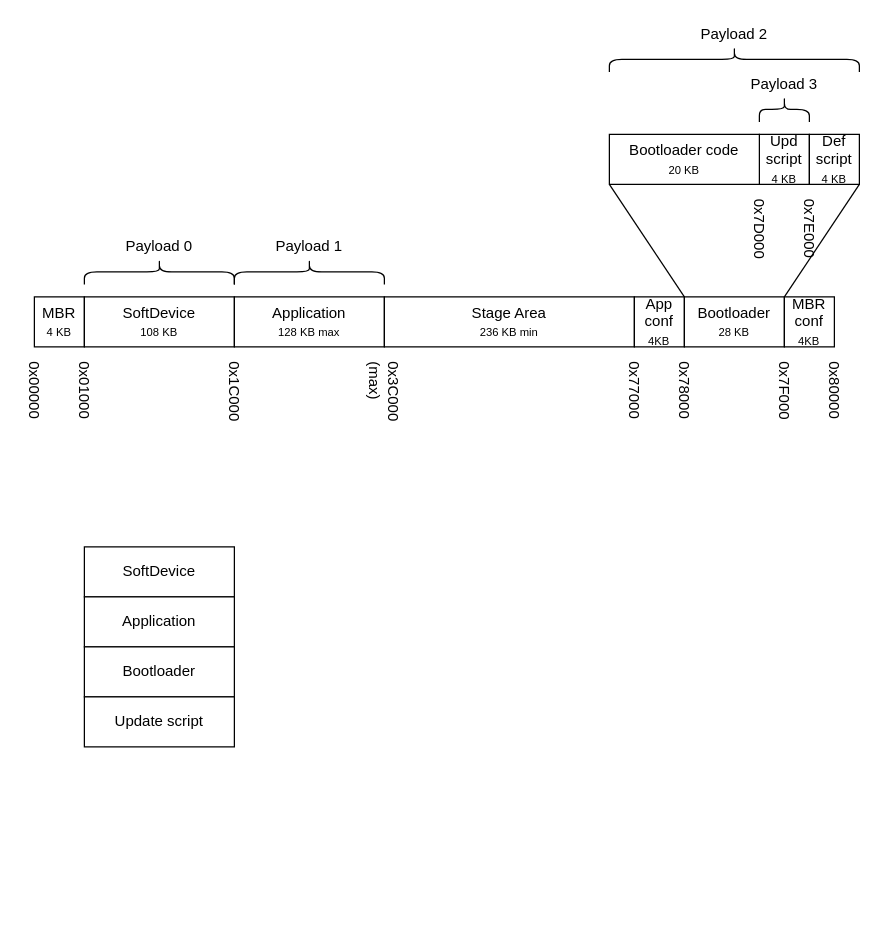
Before: Untitled Diagram.drawio in doki-nordic/draw.io, a draw.io diagram. Source tidied: cells renumbered, new cells numbered last; positions are measured from the earlier drawing's top-left corner, leaving out a move shared by most shapes. Both pictures are drawn from the tidied source at 125%, with x=0, y=0 at pixel (-4, -66).
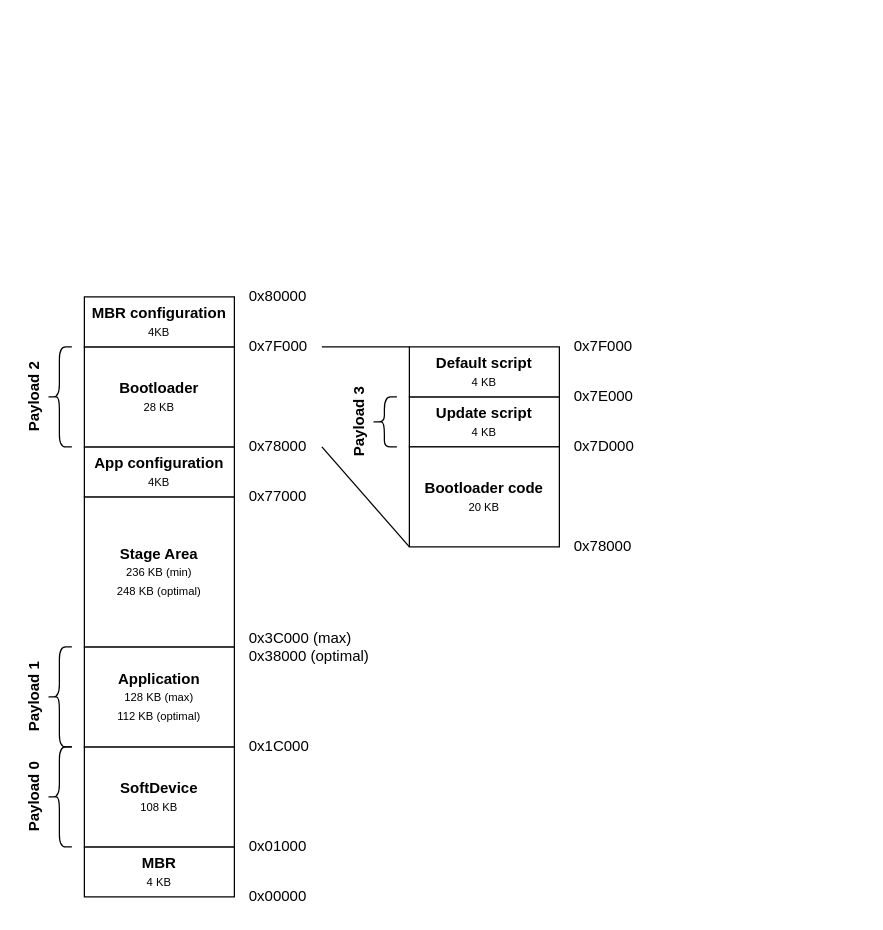
Above is the later version.

Change to the diagram source:
```diff
@@
-    <mxCell id="2" value="MBR&lt;br&gt;&lt;font style=&quot;font-size: 9px&quot;&gt;4 KB&lt;/font&gt;" style="rounded=0;whiteSpace=wrap;html=1;" parent="1" vertex="1">
-      <mxGeometry x="30" y="290" width="40" height="40" as="geometry" />
+    <mxCell id="2" value="&lt;b&gt;MBR&lt;/b&gt;&lt;br&gt;&lt;font style=&quot;font-size: 9px&quot;&gt;4 KB&lt;/font&gt;" style="rounded=0;whiteSpace=wrap;html=1;strokeWidth=1;perimeterSpacing=0;" parent="1" vertex="1">
+      <mxGeometry x="70" y="730" width="120" height="40" as="geometry" />
     </mxCell>
-    <mxCell id="3" value="SoftDevice&lt;br&gt;&lt;font style=&quot;font-size: 9px&quot;&gt;108 KB&lt;/font&gt;" style="rounded=0;whiteSpace=wrap;html=1;" parent="1" vertex="1">
-      <mxGeometry x="70" y="290" width="120" height="40" as="geometry" />
+    <mxCell id="3" value="&lt;b&gt;SoftDevice&lt;/b&gt;&lt;br&gt;&lt;font style=&quot;font-size: 9px&quot;&gt;108 KB&lt;/font&gt;" style="rounded=0;whiteSpace=wrap;html=1;strokeWidth=1;perimeterSpacing=0;" parent="1" vertex="1">
+      <mxGeometry x="70" y="650" width="120" height="80" as="geometry" />
     </mxCell>
-    <mxCell id="4" value="Application&lt;br&gt;&lt;font style=&quot;font-size: 9px&quot;&gt;128 KB max&lt;/font&gt;" style="rounded=0;whiteSpace=wrap;html=1;" parent="1" vertex="1">
-      <mxGeometry x="190" y="290" width="120" height="40" as="geometry" />
+    <mxCell id="4" value="&lt;b&gt;Application&lt;/b&gt;&lt;br&gt;&lt;font style=&quot;font-size: 9px&quot;&gt;128 KB (max)&lt;br&gt;112 KB (optimal)&lt;br&gt;&lt;/font&gt;" style="rounded=0;whiteSpace=wrap;html=1;strokeWidth=1;perimeterSpacing=0;" parent="1" vertex="1">
+      <mxGeometry x="70" y="570" width="120" height="80" as="geometry" />
     </mxCell>
-    <mxCell id="5" value="Stage Area&lt;br&gt;&lt;div&gt;&lt;font style=&quot;font-size: 9px&quot;&gt;236 KB min&lt;/font&gt;&lt;/div&gt;" style="rounded=0;whiteSpace=wrap;html=1;" parent="1" vertex="1">
-      <mxGeometry x="310" y="290" width="200" height="40" as="geometry" />
+    <mxCell id="5" value="&lt;b&gt;Stage Area&lt;br&gt;&lt;/b&gt;&lt;div&gt;&lt;font style=&quot;font-size: 9px&quot;&gt;236 KB (min)&lt;/font&gt;&lt;/div&gt;&lt;div&gt;&lt;font style=&quot;font-size: 9px&quot;&gt;248 KB (optimal)&lt;/font&gt;&lt;/div&gt;" style="rounded=0;whiteSpace=wrap;html=1;strokeWidth=1;perimeterSpacing=0;" parent="1" vertex="1">
+      <mxGeometry x="70" y="450" width="120" height="120" as="geometry" />
     </mxCell>
-    <mxCell id="6" value="App&lt;br&gt;conf&lt;br&gt;&lt;font style=&quot;font-size: 9px&quot;&gt;4KB&lt;/font&gt;" style="rounded=0;whiteSpace=wrap;html=1;" parent="1" vertex="1">
-      <mxGeometry x="510" y="290" width="40" height="40" as="geometry" />
+    <mxCell id="6" value="&lt;b&gt;App configuration&lt;br&gt;&lt;/b&gt;&lt;font style=&quot;font-size: 9px&quot;&gt;4KB&lt;/font&gt;" style="rounded=0;whiteSpace=wrap;html=1;strokeWidth=1;perimeterSpacing=0;" parent="1" vertex="1">
+      <mxGeometry x="70" y="410" width="120" height="40" as="geometry" />
     </mxCell>
-    <mxCell id="7" value="Bootloader&lt;br&gt;&lt;font style=&quot;font-size: 9px&quot;&gt;28 KB&lt;/font&gt;" style="rounded=0;whiteSpace=wrap;html=1;" parent="1" vertex="1">
-      <mxGeometry x="550" y="290" width="80" height="40" as="geometry" />
+    <mxCell id="7" value="&lt;b&gt;Bootloader&lt;br&gt;&lt;/b&gt;&lt;font style=&quot;font-size: 9px&quot;&gt;28 KB&lt;/font&gt;" style="rounded=0;whiteSpace=wrap;html=1;strokeWidth=1;perimeterSpacing=0;" parent="1" vertex="1">
+      <mxGeometry x="70" y="330" width="120" height="80" as="geometry" />
     </mxCell>
-    <mxCell id="8" value="MBR&lt;br&gt;conf&lt;br&gt;&lt;font style=&quot;font-size: 9px&quot;&gt;4KB&lt;/font&gt;" style="rounded=0;whiteSpace=wrap;html=1;" parent="1" vertex="1">
-      <mxGeometry x="630" y="290" width="40" height="40" as="geometry" />
+    <mxCell id="8" value="&lt;b&gt;MBR configuration&lt;br&gt;&lt;/b&gt;&lt;font style=&quot;font-size: 9px&quot;&gt;4KB&lt;/font&gt;" style="rounded=0;whiteSpace=wrap;html=1;strokeWidth=1;perimeterSpacing=0;" parent="1" vertex="1">
+      <mxGeometry x="70" y="290" width="120" height="40" as="geometry" />
     </mxCell>
-    <mxCell id="9" style="shape=curlyBracket;whiteSpace=wrap;html=1;rounded=1;rotation=90;" parent="1" vertex="1">
-      <mxGeometry x="120" y="210" width="20" height="120" as="geometry" />
+    <mxCell id="9" style="shape=curlyBracket;whiteSpace=wrap;html=1;rounded=1;rotation=0;" parent="1" vertex="1">
+      <mxGeometry x="40" y="650" width="20" height="80" as="geometry" />
     </mxCell>
-    <mxCell id="10" style="shape=curlyBracket;whiteSpace=wrap;html=1;rounded=1;rotation=90;" parent="1" vertex="1">
-      <mxGeometry x="240" y="210" width="20" height="120" as="geometry" />
+    <mxCell id="10" style="shape=curlyBracket;whiteSpace=wrap;html=1;rounded=1;rotation=0;" parent="1" vertex="1">
+      <mxGeometry x="40" y="570" width="20" height="80" as="geometry" />
     </mxCell>
-    <mxCell id="11" style="shape=curlyBracket;whiteSpace=wrap;html=1;rounded=1;rotation=90;" parent="1" vertex="1">
-      <mxGeometry x="580" width="20" height="200" as="geometry" />
+    <mxCell id="11" style="shape=curlyBracket;whiteSpace=wrap;html=1;rounded=1;rotation=0;" parent="1" vertex="1">
+      <mxGeometry x="40" y="330" width="20" height="80" as="geometry" />
     </mxCell>
-    <mxCell id="12" value="Payload 0" style="text;html=1;strokeColor=none;fillColor=none;align=center;verticalAlign=middle;whiteSpace=wrap;rounded=0;" parent="1" vertex="1">
-      <mxGeometry x="70" y="240" width="120" height="20" as="geometry" />
+    <mxCell id="12" value="Payload 0" style="text;html=1;strokeColor=none;fillColor=none;align=center;verticalAlign=middle;whiteSpace=wrap;rounded=0;horizontal=0;fontStyle=1;" parent="1" vertex="1">
+      <mxGeometry x="20" y="650" width="20" height="80" as="geometry" />
     </mxCell>
-    <mxCell id="13" value="Payload 1" style="text;html=1;strokeColor=none;fillColor=none;align=center;verticalAlign=middle;whiteSpace=wrap;rounded=0;" parent="1" vertex="1">
-      <mxGeometry x="190" y="240" width="120" height="20" as="geometry" />
+    <mxCell id="13" value="Payload 1" style="text;html=1;strokeColor=none;fillColor=none;align=center;verticalAlign=middle;whiteSpace=wrap;rounded=0;horizontal=0;fontStyle=1;" parent="1" vertex="1">
+      <mxGeometry x="20" y="570" width="20" height="80" as="geometry" />
     </mxCell>
-    <mxCell id="14" value="Payload 2" style="text;html=1;strokeColor=none;fillColor=none;align=center;verticalAlign=middle;whiteSpace=wrap;rounded=0;" parent="1" vertex="1">
-      <mxGeometry x="550" y="70" width="80" height="20" as="geometry" />
+    <mxCell id="14" value="Payload 2" style="text;html=1;strokeColor=none;fillColor=none;align=center;verticalAlign=middle;whiteSpace=wrap;rounded=0;horizontal=0;fontStyle=1;" parent="1" vertex="1">
+      <mxGeometry x="20" y="330" width="20" height="80" as="geometry" />
     </mxCell>
-    <mxCell id="15" value="0x00000" style="text;html=1;strokeColor=none;fillColor=none;align=left;verticalAlign=middle;whiteSpace=wrap;rounded=0;rotation=90;" parent="1" vertex="1">
-      <mxGeometry y="360" width="60" height="20" as="geometry" />
+    <mxCell id="15" value="0x00000" style="text;html=1;strokeColor=none;fillColor=none;align=left;verticalAlign=middle;whiteSpace=wrap;rounded=0;rotation=0;" parent="1" vertex="1">
+      <mxGeometry x="200" y="760" width="60" height="20" as="geometry" />
     </mxCell>
-    <mxCell id="16" value="0x01000" style="text;html=1;strokeColor=none;fillColor=none;align=left;verticalAlign=middle;whiteSpace=wrap;rounded=0;rotation=90;" parent="1" vertex="1">
-      <mxGeometry x="40" y="360" width="60" height="20" as="geometry" />
+    <mxCell id="16" value="0x01000" style="text;html=1;strokeColor=none;fillColor=none;align=left;verticalAlign=middle;whiteSpace=wrap;rounded=0;rotation=0;" parent="1" vertex="1">
+      <mxGeometry x="200" y="720" width="60" height="20" as="geometry" />
     </mxCell>
-    <mxCell id="17" value="0x78000" style="text;html=1;strokeColor=none;fillColor=none;align=left;verticalAlign=middle;whiteSpace=wrap;rounded=0;rotation=90;" parent="1" vertex="1">
-      <mxGeometry x="520" y="360" width="60" height="20" as="geometry" />
+    <mxCell id="17" value="0x78000" style="text;html=1;strokeColor=none;fillColor=none;align=left;verticalAlign=middle;whiteSpace=wrap;rounded=0;rotation=0;" parent="1" vertex="1">
+      <mxGeometry x="200" y="400" width="60" height="20" as="geometry" />
     </mxCell>
-    <mxCell id="18" value="0x1C000" style="text;html=1;strokeColor=none;fillColor=none;align=left;verticalAlign=middle;whiteSpace=wrap;rounded=0;rotation=90;" parent="1" vertex="1">
-      <mxGeometry x="160" y="360" width="60" height="20" as="geometry" />
+    <mxCell id="18" value="0x1C000" style="text;html=1;strokeColor=none;fillColor=none;align=left;verticalAlign=middle;whiteSpace=wrap;rounded=0;rotation=0;" parent="1" vertex="1">
+      <mxGeometry x="200" y="640" width="60" height="20" as="geometry" />
     </mxCell>
-    <mxCell id="19" value="0x3C000&lt;br&gt;(max)" style="text;html=1;strokeColor=none;fillColor=none;align=left;verticalAlign=middle;whiteSpace=wrap;rounded=0;rotation=90;" parent="1" vertex="1">
-      <mxGeometry x="280" y="360" width="60" height="20" as="geometry" />
+    <mxCell id="19" value="0x3C000 (max)&lt;br&gt;0x38000 (optimal)" style="text;html=1;strokeColor=none;fillColor=none;align=left;verticalAlign=middle;whiteSpace=wrap;rounded=0;rotation=0;" parent="1" vertex="1">
+      <mxGeometry x="200" y="560" width="120" height="20" as="geometry" />
     </mxCell>
-    <mxCell id="20" value="0x77000" style="text;html=1;strokeColor=none;fillColor=none;align=left;verticalAlign=middle;whiteSpace=wrap;rounded=0;rotation=90;" parent="1" vertex="1">
-      <mxGeometry x="480" y="360" width="60" height="20" as="geometry" />
+    <mxCell id="20" value="0x77000" style="text;html=1;strokeColor=none;fillColor=none;align=left;verticalAlign=middle;whiteSpace=wrap;rounded=0;rotation=0;" parent="1" vertex="1">
+      <mxGeometry x="200" y="440" width="60" height="20" as="geometry" />
     </mxCell>
-    <mxCell id="21" style="shape=curlyBracket;whiteSpace=wrap;html=1;rounded=1;rotation=90;" parent="1" vertex="1">
-      <mxGeometry x="620" y="120" width="20" height="40" as="geometry" />
+    <mxCell id="21" style="shape=curlyBracket;whiteSpace=wrap;html=1;rounded=1;rotation=0;" parent="1" vertex="1">
+      <mxGeometry x="300" y="370" width="20" height="40" as="geometry" />
     </mxCell>
-    <mxCell id="22" value="Payload 3" style="text;html=1;strokeColor=none;fillColor=none;align=center;verticalAlign=middle;whiteSpace=wrap;rounded=0;" parent="1" vertex="1">
-      <mxGeometry x="590" y="110" width="80" height="20" as="geometry" />
+    <mxCell id="22" value="Payload 3" style="text;html=1;strokeColor=none;fillColor=none;align=center;verticalAlign=middle;whiteSpace=wrap;rounded=0;horizontal=0;fontStyle=1;" parent="1" vertex="1">
+      <mxGeometry x="280" y="340" width="20" height="100" as="geometry" />
     </mxCell>
-    <mxCell id="23" value="Upd&lt;br&gt;script&lt;br&gt;&lt;font style=&quot;font-size: 9px&quot;&gt;4 KB&lt;/font&gt;" style="rounded=0;whiteSpace=wrap;html=1;" parent="1" vertex="1">
-      <mxGeometry x="610" y="160" width="40" height="40" as="geometry" />
+    <mxCell id="23" value="&lt;b&gt;Update script&lt;br&gt;&lt;/b&gt;&lt;font style=&quot;font-size: 9px&quot;&gt;4 KB&lt;/font&gt;" style="rounded=0;whiteSpace=wrap;html=1;strokeWidth=1;perimeterSpacing=0;" parent="1" vertex="1">
+      <mxGeometry x="330" y="370" width="120" height="40" as="geometry" />
     </mxCell>
-    <mxCell id="24" value="Bootloader code&lt;br&gt;&lt;font style=&quot;font-size: 9px&quot;&gt;20 KB&lt;/font&gt;" style="rounded=0;whiteSpace=wrap;html=1;" parent="1" vertex="1">
-      <mxGeometry x="490" y="160" width="120" height="40" as="geometry" />
+    <mxCell id="24" value="&lt;b&gt;Bootloader code&lt;br&gt;&lt;/b&gt;&lt;font style=&quot;font-size: 9px&quot;&gt;20 KB&lt;/font&gt;" style="rounded=0;whiteSpace=wrap;html=1;strokeWidth=1;perimeterSpacing=0;" parent="1" vertex="1">
+      <mxGeometry x="330" y="410" width="120" height="80" as="geometry" />
     </mxCell>
-    <mxCell id="25" value="Def&lt;br&gt;script&lt;br&gt;&lt;font style=&quot;font-size: 9px&quot;&gt;4 KB&lt;/font&gt;" style="rounded=0;whiteSpace=wrap;html=1;" parent="1" vertex="1">
-      <mxGeometry x="650" y="160" width="40" height="40" as="geometry" />
+    <mxCell id="25" value="&lt;b&gt;Default script&lt;br&gt;&lt;/b&gt;&lt;font style=&quot;font-size: 9px&quot;&gt;4 KB&lt;/font&gt;" style="rounded=0;whiteSpace=wrap;html=1;strokeWidth=1;perimeterSpacing=0;" parent="1" vertex="1">
+      <mxGeometry x="330" y="330" width="120" height="40" as="geometry" />
     </mxCell>
-    <mxCell id="26" style="endArrow=none;html=1;entryX=0;entryY=0;entryDx=0;entryDy=0;exitX=0;exitY=1;exitDx=0;exitDy=0;" parent="1" edge="1" source="24" target="7">
+    <mxCell id="26" style="endArrow=none;html=1;entryX=1;entryY=0.5;entryDx=0;entryDy=0;exitX=0;exitY=1;exitDx=0;exitDy=0;" parent="1" edge="1" source="24" target="17">
       <mxGeometry relative="1" as="geometry" />
     </mxCell>
-    <mxCell id="27" style="endArrow=none;html=1;exitX=1;exitY=1;exitDx=0;exitDy=0;entryX=1;entryY=0;entryDx=0;entryDy=0;" parent="1" edge="1" source="25" target="7">
+    <mxCell id="27" style="endArrow=none;html=1;exitX=0;exitY=0;exitDx=0;exitDy=0;entryX=1;entryY=0.5;entryDx=0;entryDy=0;" parent="1" edge="1" source="25" target="29">
       <mxGeometry relative="1" as="geometry" />
     </mxCell>
-    <mxCell id="28" value="0x80000" style="text;html=1;strokeColor=none;fillColor=none;align=left;verticalAlign=middle;whiteSpace=wrap;rounded=0;rotation=90;" parent="1" vertex="1">
-      <mxGeometry x="640" y="360" width="60" height="20" as="geometry" />
+    <mxCell id="28" value="0x80000" style="text;html=1;strokeColor=none;fillColor=none;align=left;verticalAlign=middle;whiteSpace=wrap;rounded=0;rotation=0;" parent="1" vertex="1">
+      <mxGeometry x="200" y="280" width="60" height="20" as="geometry" />
     </mxCell>
-    <mxCell id="29" value="0x7F000" style="text;html=1;strokeColor=none;fillColor=none;align=left;verticalAlign=middle;whiteSpace=wrap;rounded=0;rotation=90;" parent="1" vertex="1">
-      <mxGeometry x="600" y="360" width="60" height="20" as="geometry" />
+    <mxCell id="29" value="0x7F000" style="text;html=1;strokeColor=none;fillColor=none;align=left;verticalAlign=middle;whiteSpace=wrap;rounded=0;rotation=0;" parent="1" vertex="1">
+      <mxGeometry x="200" y="320" width="60" height="20" as="geometry" />
     </mxCell>
-    <mxCell id="30" value="0x7D000" style="text;html=1;strokeColor=none;fillColor=none;align=left;verticalAlign=middle;whiteSpace=wrap;rounded=0;rotation=90;" parent="1" vertex="1">
-      <mxGeometry x="570" y="240" width="80" height="20" as="geometry" />
+    <mxCell id="30" value="0x7D000" style="text;html=1;strokeColor=none;fillColor=none;align=left;verticalAlign=middle;whiteSpace=wrap;rounded=0;rotation=0;" parent="1" vertex="1">
+      <mxGeometry x="460" y="400" width="80" height="20" as="geometry" />
     </mxCell>
-    <mxCell id="31" value="0x7E000" style="text;html=1;strokeColor=none;fillColor=none;align=left;verticalAlign=middle;whiteSpace=wrap;rounded=0;rotation=90;" parent="1" vertex="1">
-      <mxGeometry x="610" y="240" width="80" height="20" as="geometry" />
+    <mxCell id="31" value="0x7E000" style="text;html=1;strokeColor=none;fillColor=none;align=left;verticalAlign=middle;whiteSpace=wrap;rounded=0;rotation=0;" parent="1" vertex="1">
+      <mxGeometry x="460" y="360" width="80" height="20" as="geometry" />
     </mxCell>
-    <mxCell id="32" value="SoftDevice" style="rounded=0;whiteSpace=wrap;html=1;" parent="1" vertex="1">
-      <mxGeometry x="70" y="490" width="120" height="40" as="geometry" />
-    </mxCell>
-    <mxCell id="33" value="Application" style="rounded=0;whiteSpace=wrap;html=1;" parent="1" vertex="1">
-      <mxGeometry x="70" y="530" width="120" height="40" as="geometry" />
-    </mxCell>
-    <mxCell id="34" value="Bootloader" style="rounded=0;whiteSpace=wrap;html=1;" parent="1" vertex="1">
-      <mxGeometry x="70" y="570" width="120" height="40" as="geometry" />
-    </mxCell>
-    <mxCell id="35" value="Update script" style="rounded=0;whiteSpace=wrap;html=1;" parent="1" vertex="1">
-      <mxGeometry x="70" y="610" width="120" height="40" as="geometry" />
-    </mxCell>
+    <mxCell id="36" value="0x78000" style="text;html=1;strokeColor=none;fillColor=none;align=left;verticalAlign=middle;whiteSpace=wrap;rounded=0;rotation=0;" parent="1" vertex="1">
+      <mxGeometry x="460" y="480" width="60" height="20" as="geometry" />
+    </mxCell>
+    <mxCell id="37" value="0x7F000" style="text;html=1;strokeColor=none;fillColor=none;align=left;verticalAlign=middle;whiteSpace=wrap;rounded=0;rotation=0;" parent="1" vertex="1">
+      <mxGeometry x="460" y="320" width="60" height="20" as="geometry" />
+    </mxCell>
```
